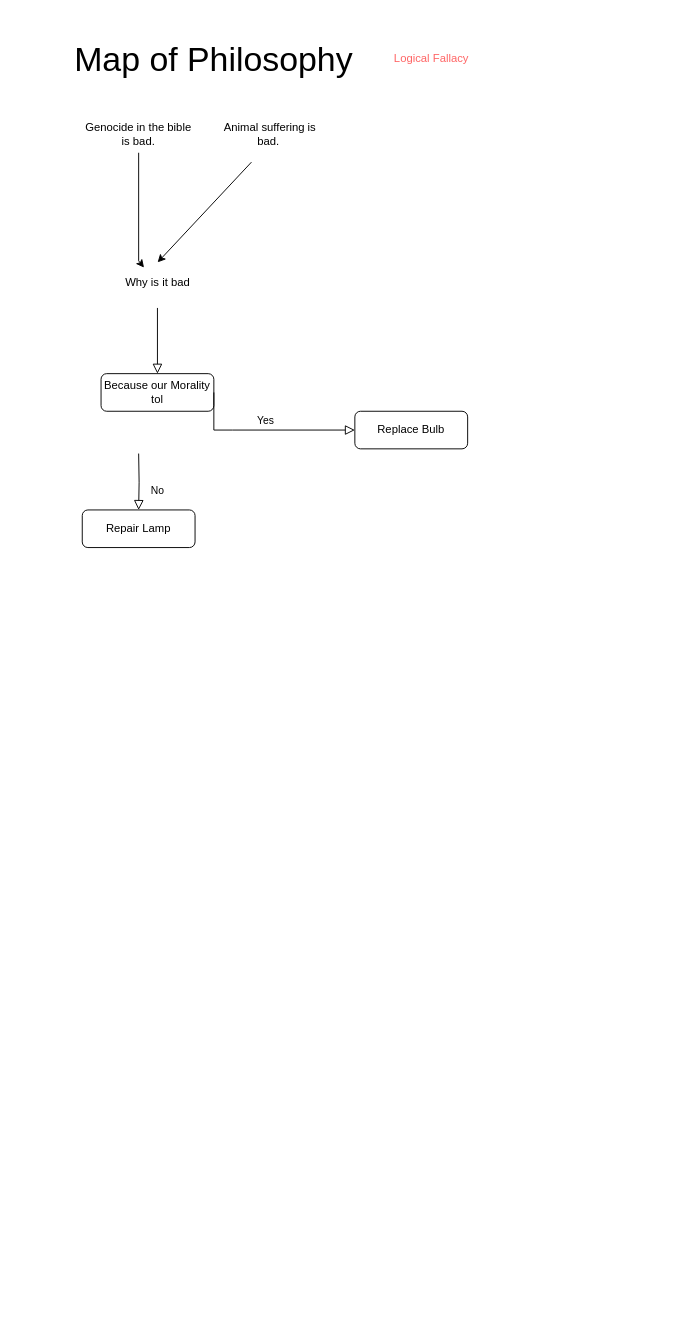
Earlier version of the draw.io diagram draw.io/Foundations of Morality.drawio (harryg02/Map-of-Philosophy). Source tidied: cells renumbered, new cells numbered last; positions are measured from the earlier drawing's top-left corner, leaving out a move shared by most shapes. Both pictures are drawn from the tidied source at 94%, with x=0, y=0 at pixel (16, 44).
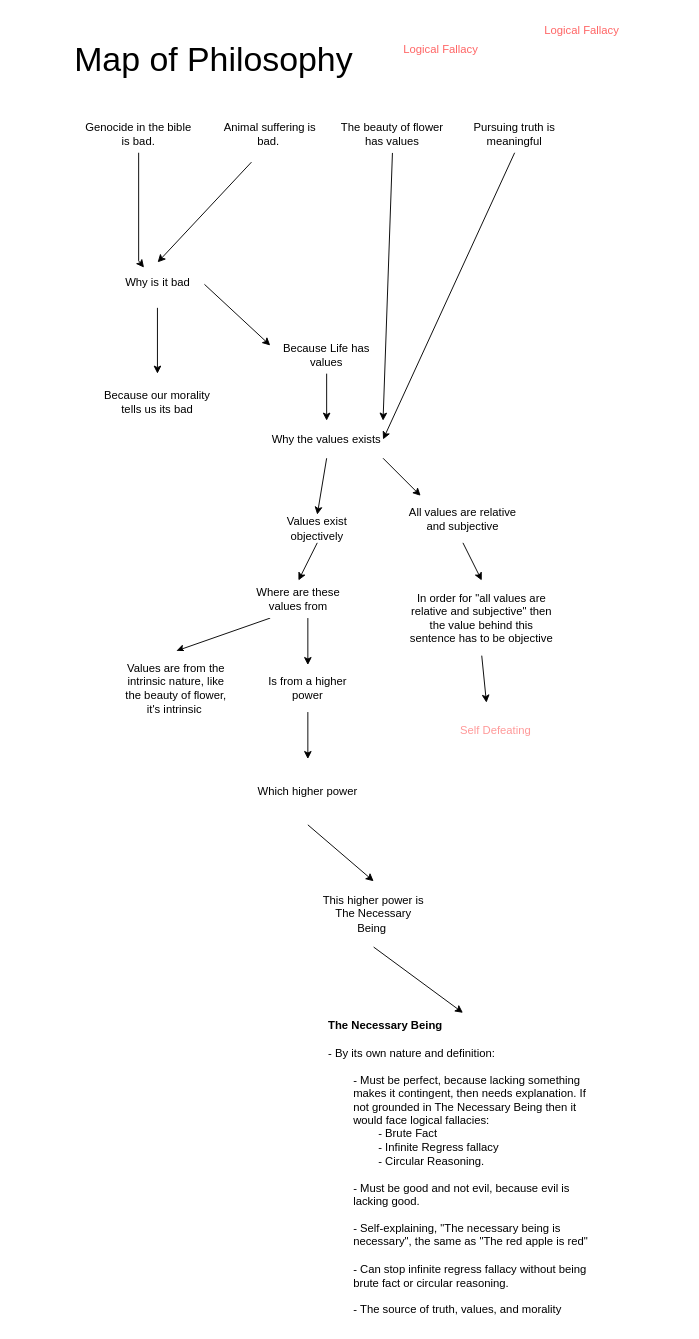
After the change.

Unchanged cells that the change refers to:
```xml
<mxCell id="3" value="Why is it bad" style="rhombus;html=1;shadow=0;fontFamily=Helvetica;fontSize=12;align=center;strokeWidth=1;spacing=6;spacingTop=-4;strokeColor=none;" parent="1" vertex="1">
  <mxGeometry x="100" y="230" width="100" height="50" as="geometry" />
</mxCell>
```

Diff of the diagram source:
```diff
@@
-    <mxCell id="2" style="edgeStyle=orthogonalEdgeStyle;rounded=0;html=1;jettySize=auto;fontSize=11;endArrow=block;endFill=0;endSize=8;strokeWidth=1;shadow=0;labelBackgroundColor=none;" parent="1" edge="1" source="3" target="4">
-      <mxGeometry y="10" relative="1" as="geometry" />
-    </mxCell>
@@
-    <mxCell id="4" value="Because our Morality&lt;div&gt;tol&lt;/div&gt;" style="rounded=1;whiteSpace=wrap;html=1;fontSize=12;glass=0;strokeWidth=1;shadow=0;" parent="1" vertex="1">
-      <mxGeometry x="90" y="350" width="120" height="40" as="geometry" />
+    <mxCell id="4" value="Because our morality tells us its bad" style="rounded=1;whiteSpace=wrap;html=1;fontSize=12;glass=0;strokeWidth=1;shadow=0;strokeColor=none;" parent="1" vertex="1">
+      <mxGeometry x="90" y="350" width="120" height="60" as="geometry" />
     </mxCell>
-    <mxCell id="5" value="No" style="rounded=0;html=1;jettySize=auto;fontSize=11;endArrow=block;endFill=0;endSize=8;strokeWidth=1;shadow=0;labelBackgroundColor=none;edgeStyle=orthogonalEdgeStyle;" parent="1" edge="1" target="7">
-      <mxGeometry x="0.33" y="20" relative="1" as="geometry">
-        <mxPoint x="130" y="435" as="sourcePoint" />
-      </mxGeometry>
-    </mxCell>
-    <mxCell id="6" value="Yes" style="edgeStyle=orthogonalEdgeStyle;rounded=0;html=1;jettySize=auto;fontSize=11;endArrow=block;endFill=0;endSize=8;strokeWidth=1;shadow=0;labelBackgroundColor=none;exitX=1;exitY=0.5;exitDx=0;exitDy=0;" parent="1" edge="1" source="4" target="8">
-      <mxGeometry y="10" relative="1" as="geometry">
-        <Array as="points">
-          <mxPoint x="230" y="410" />
-          <mxPoint x="230" y="410" />
-        </Array>
-      </mxGeometry>
-    </mxCell>
-    <mxCell id="7" value="Repair Lamp" style="rounded=1;whiteSpace=wrap;html=1;fontSize=12;glass=0;strokeWidth=1;shadow=0;" parent="1" vertex="1">
-      <mxGeometry x="70" y="495" width="120" height="40" as="geometry" />
-    </mxCell>
-    <mxCell id="8" value="Replace Bulb" style="rounded=1;whiteSpace=wrap;html=1;fontSize=12;glass=0;strokeWidth=1;shadow=0;" parent="1" vertex="1">
-      <mxGeometry x="360" y="390" width="120" height="40" as="geometry" />
-    </mxCell>
@@
     <mxCell id="13" value="Logical Fallacy" style="text;html=1;align=left;verticalAlign=middle;whiteSpace=wrap;rounded=0;fontColor=#FF6666;" parent="1" vertex="1">
-      <mxGeometry x="400" width="150" height="30" as="geometry" />
+      <mxGeometry x="560" y="-30" width="150" height="30" as="geometry" />
     </mxCell>
@@
+    <mxCell id="15" style="endArrow=classic;html=1;rounded=0;exitX=1;exitY=0.5;exitDx=0;exitDy=0;" parent="1" edge="1" source="3">
+      <mxGeometry relative="1" as="geometry">
+        <mxPoint x="270" y="320" as="targetPoint" />
+      </mxGeometry>
+    </mxCell>
+    <mxCell id="16" value="Because Life has values" style="rounded=1;whiteSpace=wrap;html=1;fontSize=12;glass=0;strokeWidth=1;shadow=0;strokeColor=none;" parent="1" vertex="1">
+      <mxGeometry x="270" y="310" width="120" height="40" as="geometry" />
+    </mxCell>
+    <mxCell id="2" style="endArrow=classic;html=1;rounded=0;exitX=0.5;exitY=1;exitDx=0;exitDy=0;entryX=0.5;entryY=0;entryDx=0;entryDy=0;" parent="1" edge="1" source="3" target="4">
+      <mxGeometry relative="1" as="geometry" />
+    </mxCell>
+    <mxCell id="17" style="endArrow=classic;html=1;rounded=0;exitX=0.5;exitY=1;exitDx=0;exitDy=0;entryX=0.5;entryY=0;entryDx=0;entryDy=0;" parent="1" edge="1" source="16" target="18">
+      <mxGeometry relative="1" as="geometry" />
+    </mxCell>
+    <mxCell id="18" value="Why the values exists" style="rounded=1;whiteSpace=wrap;html=1;fontSize=12;glass=0;strokeWidth=1;shadow=0;strokeColor=none;" parent="1" vertex="1">
+      <mxGeometry x="270" y="400" width="120" height="40" as="geometry" />
+    </mxCell>
+    <mxCell id="19" style="endArrow=classic;html=1;rounded=0;exitX=1;exitY=1;exitDx=0;exitDy=0;" parent="1" edge="1" source="18">
+      <mxGeometry relative="1" as="geometry">
+        <mxPoint x="430" y="480" as="targetPoint" />
+      </mxGeometry>
+    </mxCell>
+    <mxCell id="20" value="Values exist objectively" style="rounded=1;whiteSpace=wrap;html=1;fontSize=12;glass=0;strokeWidth=1;shadow=0;strokeColor=none;" parent="1" vertex="1">
+      <mxGeometry x="260" y="500" width="120" height="30" as="geometry" />
+    </mxCell>
+    <mxCell id="21" value="&lt;div&gt;All values are relative and s&lt;span style=&quot;background-color: initial;&quot;&gt;ubjective&lt;/span&gt;&lt;/div&gt;" style="rounded=1;whiteSpace=wrap;html=1;fontSize=12;glass=0;strokeWidth=1;shadow=0;strokeColor=none;" parent="1" vertex="1">
+      <mxGeometry x="415" y="480" width="120" height="50" as="geometry" />
+    </mxCell>
+    <mxCell id="22" style="endArrow=classic;html=1;rounded=0;exitX=0.5;exitY=1;exitDx=0;exitDy=0;entryX=0.5;entryY=0;entryDx=0;entryDy=0;" parent="1" edge="1" source="18" target="20">
+      <mxGeometry relative="1" as="geometry" />
+    </mxCell>
+    <mxCell id="23" style="endArrow=classic;html=1;rounded=0;entryX=0.5;entryY=0;entryDx=0;entryDy=0;exitX=0.5;exitY=1;exitDx=0;exitDy=0;" parent="1" edge="1" source="21" target="24">
+      <mxGeometry relative="1" as="geometry" />
+    </mxCell>
+    <mxCell id="24" value="In order for &quot;all values are relative and subjective&quot; then the value behind this sentence has to be objective" style="rounded=1;whiteSpace=wrap;html=1;fontSize=12;glass=0;strokeWidth=1;shadow=0;strokeColor=none;" parent="1" vertex="1">
+      <mxGeometry x="415" y="570" width="160" height="80" as="geometry" />
+    </mxCell>
+    <mxCell id="25" style="endArrow=classic;html=1;rounded=0;exitX=0.5;exitY=1;exitDx=0;exitDy=0;" parent="1" edge="1" source="24">
+      <mxGeometry relative="1" as="geometry">
+        <mxPoint x="500" y="700" as="targetPoint" />
+      </mxGeometry>
+    </mxCell>
+    <mxCell id="26" value="Self Defeating" style="rounded=1;whiteSpace=wrap;html=1;fontSize=12;glass=0;strokeWidth=1;shadow=0;strokeColor=none;fontColor=#FF9999;" parent="1" vertex="1">
+      <mxGeometry x="430" y="700" width="160" height="60" as="geometry" />
+    </mxCell>
+    <mxCell id="27" style="endArrow=classic;html=1;rounded=0;entryX=1;entryY=0;entryDx=0;entryDy=0;exitX=0.5;exitY=1;exitDx=0;exitDy=0;" parent="1" edge="1" source="28" target="18">
+      <mxGeometry relative="1" as="geometry" />
+    </mxCell>
+    <mxCell id="28" value="The beauty of flower has values" style="rounded=1;whiteSpace=wrap;html=1;fontSize=12;glass=0;strokeWidth=1;shadow=0;strokeColor=none;" parent="1" vertex="1">
+      <mxGeometry x="340" y="75" width="120" height="40" as="geometry" />
+    </mxCell>
+    <mxCell id="29" value="Pursuing truth is meaningful" style="rounded=1;whiteSpace=wrap;html=1;fontSize=12;glass=0;strokeWidth=1;shadow=0;strokeColor=none;" parent="1" vertex="1">
+      <mxGeometry x="470" y="75" width="120" height="40" as="geometry" />
+    </mxCell>
+    <mxCell id="30" style="endArrow=classic;html=1;rounded=0;entryX=1;entryY=0.5;entryDx=0;entryDy=0;exitX=0.5;exitY=1;exitDx=0;exitDy=0;" parent="1" edge="1" source="29" target="18">
+      <mxGeometry relative="1" as="geometry" />
+    </mxCell>
+    <mxCell id="31" style="endArrow=classic;html=1;rounded=0;entryX=0.5;entryY=0;entryDx=0;entryDy=0;" parent="1" edge="1" target="32">
+      <mxGeometry relative="1" as="geometry">
+        <mxPoint x="310" y="610" as="sourcePoint" />
+      </mxGeometry>
+    </mxCell>
+    <mxCell id="32" value="Is from a higher power" style="rounded=1;whiteSpace=wrap;html=1;fontSize=12;glass=0;strokeWidth=1;shadow=0;strokeColor=none;" parent="1" vertex="1">
+      <mxGeometry x="250" y="660" width="120" height="50" as="geometry" />
+    </mxCell>
+    <mxCell id="33" style="endArrow=classic;html=1;rounded=0;entryX=0.5;entryY=0;entryDx=0;entryDy=0;exitX=0.25;exitY=1;exitDx=0;exitDy=0;" parent="1" edge="1" source="35" target="34">
+      <mxGeometry relative="1" as="geometry" />
+    </mxCell>
+    <mxCell id="34" value="Values are from the intrinsic nature, like the beauty of flower, it's intrinsic&amp;nbsp;" style="rounded=1;whiteSpace=wrap;html=1;fontSize=12;glass=0;strokeWidth=1;shadow=0;strokeColor=none;" parent="1" vertex="1">
+      <mxGeometry x="110" y="645" width="120" height="80" as="geometry" />
+    </mxCell>
+    <mxCell id="35" value="Where are these values from" style="rounded=1;whiteSpace=wrap;html=1;fontSize=12;glass=0;strokeWidth=1;shadow=0;strokeColor=none;" parent="1" vertex="1">
+      <mxGeometry x="240" y="570" width="120" height="40" as="geometry" />
+    </mxCell>
+    <mxCell id="36" style="endArrow=classic;html=1;rounded=0;exitX=0.5;exitY=1;exitDx=0;exitDy=0;entryX=0.5;entryY=0;entryDx=0;entryDy=0;" parent="1" edge="1" source="20" target="35">
+      <mxGeometry relative="1" as="geometry" />
+    </mxCell>
+    <mxCell id="37" style="endArrow=classic;html=1;rounded=0;exitX=0.5;exitY=1;exitDx=0;exitDy=0;" parent="1" edge="1" source="32">
+      <mxGeometry relative="1" as="geometry">
+        <mxPoint x="310" y="760" as="targetPoint" />
+        <Array as="points">
+          <mxPoint x="310" y="760" />
+        </Array>
+      </mxGeometry>
+    </mxCell>
+    <mxCell id="38" value="This higher power is The Necessary Being&amp;nbsp;" style="rounded=1;whiteSpace=wrap;html=1;fontSize=12;glass=0;strokeWidth=1;shadow=0;strokeColor=none;" parent="1" vertex="1">
+      <mxGeometry x="320" y="890" width="120" height="70" as="geometry" />
+    </mxCell>
+    <mxCell id="39" value="Which higher power" style="rounded=1;whiteSpace=wrap;html=1;fontSize=12;glass=0;strokeWidth=1;shadow=0;strokeColor=none;" parent="1" vertex="1">
+      <mxGeometry x="250" y="760" width="120" height="70" as="geometry" />
+    </mxCell>
+    <mxCell id="40" style="endArrow=classic;html=1;rounded=0;entryX=0.5;entryY=0;entryDx=0;entryDy=0;exitX=0.5;exitY=1;exitDx=0;exitDy=0;" parent="1" edge="1" source="39" target="38">
+      <mxGeometry relative="1" as="geometry" />
+    </mxCell>
+    <mxCell id="41" value="&lt;b&gt;The Necessary Being&lt;/b&gt;&lt;div&gt;&lt;br&gt;&lt;/div&gt;&lt;div&gt;- By its own nature and definition:&lt;/div&gt;&lt;div&gt;&lt;br&gt;&lt;/div&gt;&lt;div&gt;&lt;span style=&quot;background-color: initial;&quot;&gt;&lt;span style=&quot;white-space: pre;&quot;&gt;&#9;&lt;/span&gt;- Must be perfect, because lacking something &lt;span style=&quot;white-space: pre;&quot;&gt;&#9;&lt;/span&gt;makes it contingent, then needs explanation. If &lt;span style=&quot;white-space: pre;&quot;&gt;&#9;&lt;/span&gt;not grounded in The Necessary Being then it &lt;span style=&quot;white-space: pre;&quot;&gt;&#9;&lt;/span&gt;would face logical fallacies:&amp;nbsp;&lt;/span&gt;&lt;/div&gt;&lt;div&gt;&lt;span style=&quot;background-color: initial;&quot;&gt;&lt;span style=&quot;white-space: pre;&quot;&gt;&#9;&lt;/span&gt;&lt;span style=&quot;white-space: pre;&quot;&gt;&#9;&lt;/span&gt;- Brute Fact&lt;br&gt;&lt;/span&gt;&lt;/div&gt;&lt;div&gt;&lt;span style=&quot;background-color: initial;&quot;&gt;&lt;span style=&quot;white-space: pre;&quot;&gt;&#9;&lt;/span&gt;&lt;span style=&quot;white-space: pre;&quot;&gt;&#9;&lt;/span&gt;- Infinite Regress fallacy&lt;br&gt;&lt;/span&gt;&lt;/div&gt;&lt;div&gt;&lt;span style=&quot;background-color: initial;&quot;&gt;&lt;span style=&quot;white-space: pre;&quot;&gt;&#9;&lt;/span&gt;&lt;span style=&quot;white-space: pre;&quot;&gt;&#9;&lt;/span&gt;- Circular Reasoning.&amp;nbsp;&lt;br&gt;&lt;/span&gt;&lt;/div&gt;&lt;div&gt;&lt;span style=&quot;background-color: initial;&quot;&gt;&lt;br&gt;&lt;/span&gt;&lt;/div&gt;&lt;div&gt;&lt;span style=&quot;background-color: initial;&quot;&gt;&lt;span style=&quot;white-space: pre;&quot;&gt;&#9;&lt;/span&gt;- Must be good and not evil, because evil is &lt;span style=&quot;white-space: pre;&quot;&gt;&#9;&lt;/span&gt;lacking good.&amp;nbsp;&lt;/span&gt;&lt;/div&gt;&lt;div&gt;&lt;span style=&quot;background-color: initial;&quot;&gt;&lt;br&gt;&lt;/span&gt;&lt;/div&gt;&lt;div&gt;&lt;span style=&quot;background-color: initial;&quot;&gt;&lt;span style=&quot;white-space: pre;&quot;&gt;&#9;&lt;/span&gt;- Self-explaining, &quot;The necessary being is &lt;span style=&quot;white-space: pre;&quot;&gt;&#9;&lt;/span&gt;necessary&quot;, the same as &quot;The red apple is red&quot;&lt;/span&gt;&lt;/div&gt;&lt;div&gt;&lt;span style=&quot;background-color: initial;&quot;&gt;&lt;br&gt;&lt;/span&gt;&lt;/div&gt;&lt;div&gt;&lt;span style=&quot;background-color: initial;&quot;&gt;&lt;span style=&quot;white-space: pre;&quot;&gt;&#9;&lt;/span&gt;- Can stop infinite regress fallacy without being &lt;span style=&quot;white-space: pre;&quot;&gt;&#9;&lt;/span&gt;brute fact&amp;nbsp;or circular reasoning.&amp;nbsp;&lt;/span&gt;&lt;/div&gt;&lt;div&gt;&lt;span style=&quot;background-color: initial;&quot;&gt;&lt;br&gt;&lt;/span&gt;&lt;/div&gt;&lt;div&gt;&lt;span style=&quot;background-color: initial;&quot;&gt;&lt;span style=&quot;white-space: pre;&quot;&gt;&#9;&lt;/span&gt;-&amp;nbsp;&lt;/span&gt;&lt;span style=&quot;background-color: initial;&quot;&gt;The source of truth, values, and morality&lt;/span&gt;&lt;/div&gt;" style="rounded=1;whiteSpace=wrap;html=1;fontSize=12;glass=0;strokeWidth=1;shadow=0;strokeColor=none;align=left;" parent="1" vertex="1">
+      <mxGeometry x="330" y="1030" width="290" height="330" as="geometry" />
+    </mxCell>
+    <mxCell id="42" style="endArrow=classic;html=1;rounded=0;exitX=0.5;exitY=1;exitDx=0;exitDy=0;entryX=0.5;entryY=0;entryDx=0;entryDy=0;" parent="1" edge="1" source="38" target="41">
+      <mxGeometry relative="1" as="geometry" />
+    </mxCell>
+    <mxCell id="43" value="Logical Fallacy" style="text;html=1;align=left;verticalAlign=middle;whiteSpace=wrap;rounded=0;fontColor=#FF6666;" parent="1" vertex="1">
+      <mxGeometry x="410" y="-10" width="150" height="30" as="geometry" />
+    </mxCell>
```
